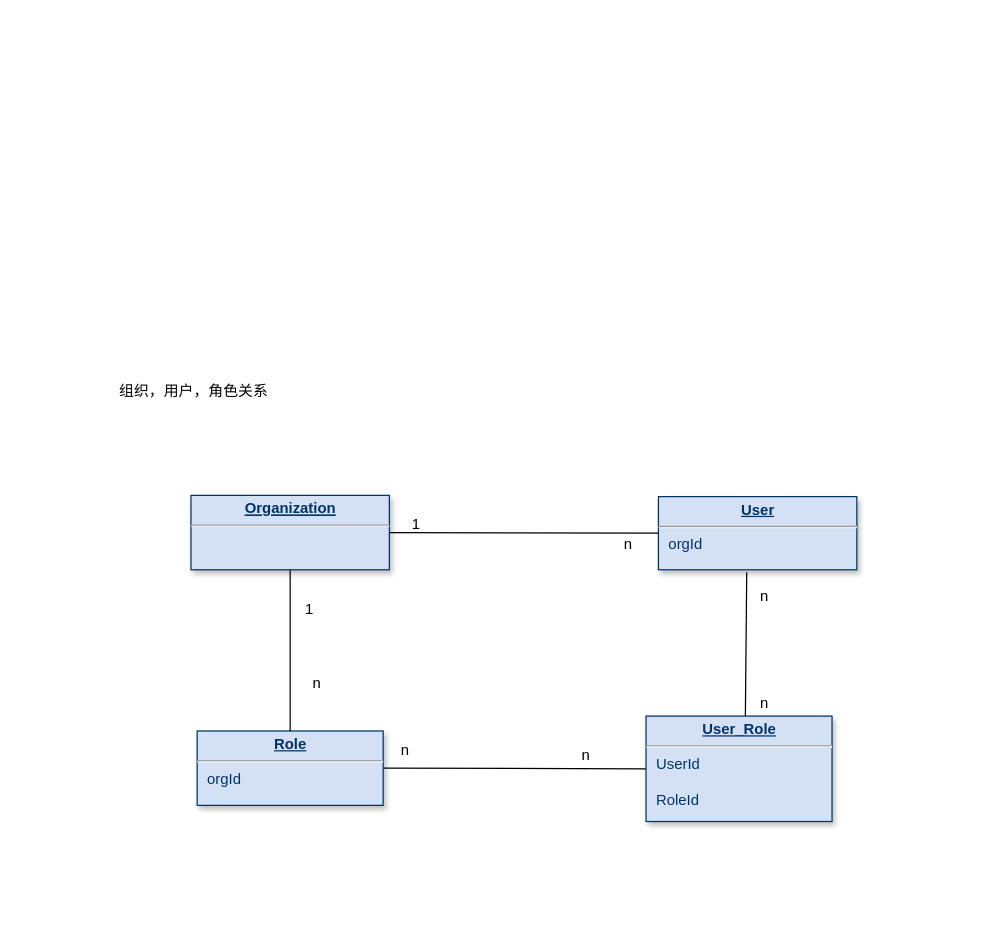
This is ng-user-center-class-diagram.drawio from RexH0/Diagram, a draw.io file, before an edit. Source tidied: cells renumbered, new cells numbered last; positions are measured from the earlier drawing's top-left corner, leaving out a move shared by most shapes. Both pictures are drawn from the tidied source at 124%, with x=0, y=0 at pixel (115, 378).
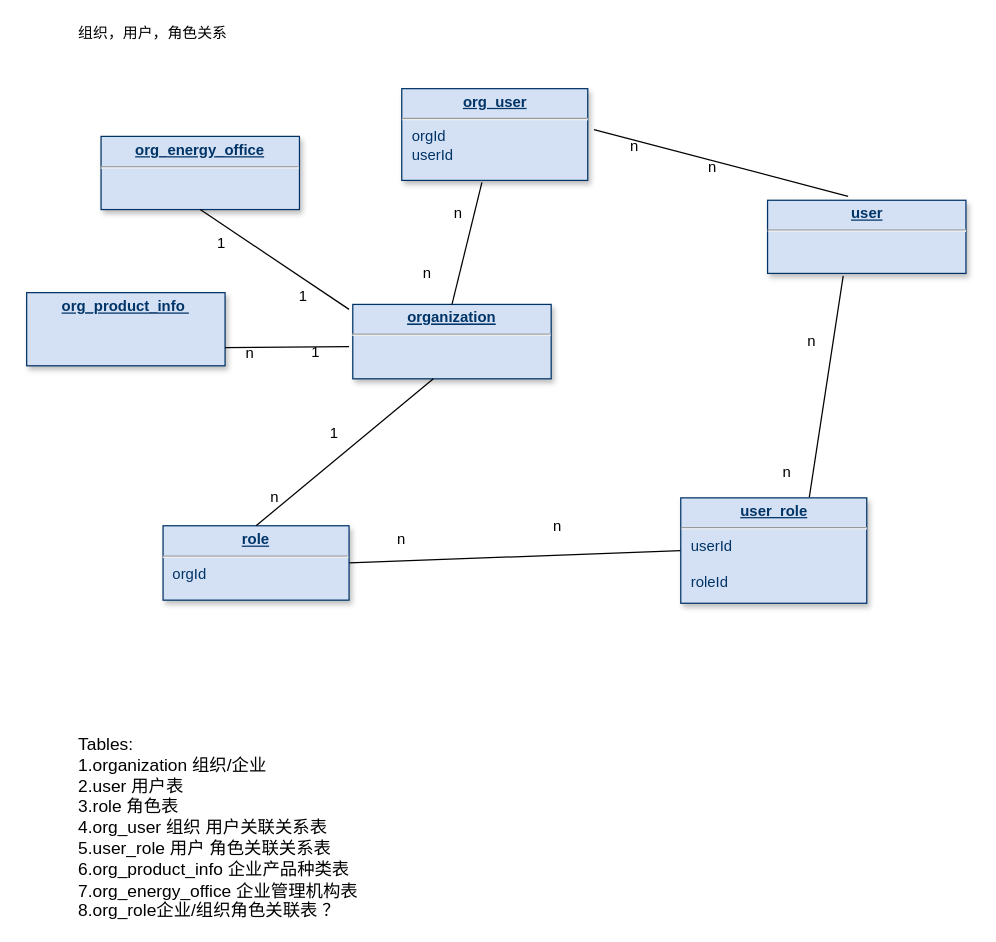
Above is the later version.

Diff of the diagram source:
```diff
@@
-    <mxCell id="4" value="&lt;p style=&quot;margin: 0px ; margin-top: 4px ; text-align: center ; text-decoration: underline&quot;&gt;&lt;strong&gt;Role&lt;/strong&gt;&lt;/p&gt;&lt;hr&gt;&lt;p style=&quot;margin: 0px ; margin-left: 8px&quot;&gt;orgId&lt;/p&gt;" style="verticalAlign=top;align=left;overflow=fill;fontSize=12;fontFamily=Helvetica;html=1;strokeColor=#003366;shadow=1;fillColor=#D4E1F5;fontColor=#003366;" parent="1" vertex="1">
-      <mxGeometry x="65.5" y="284" width="150" height="60" as="geometry" />
+    <mxCell id="4" value="&lt;p style=&quot;margin: 0px ; margin-top: 4px ; text-align: center ; text-decoration: underline&quot;&gt;&lt;strong&gt;role&lt;/strong&gt;&lt;/p&gt;&lt;hr&gt;&lt;p style=&quot;margin: 0px ; margin-left: 8px&quot;&gt;orgId&lt;/p&gt;" style="verticalAlign=top;align=left;overflow=fill;fontSize=12;fontFamily=Helvetica;html=1;strokeColor=#003366;shadow=1;fillColor=#D4E1F5;fontColor=#003366;" parent="1" vertex="1">
+      <mxGeometry x="38" y="118.5" width="150" height="60" as="geometry" />
     </mxCell>
-    <mxCell id="5" style="edgeStyle=orthogonalEdgeStyle;rounded=0;jettySize=auto;html=1;exitX=0.5;exitY=1;exitDx=0;exitDy=0;entryX=0.5;entryY=0;entryDx=0;entryDy=0;strokeWidth=1;startArrow=none;startFill=0;endArrow=none;endFill=0;" parent="1" edge="1" source="7" target="4">
-      <mxGeometry relative="1" as="geometry" />
-    </mxCell>
-    <mxCell id="6" style="rounded=0;jettySize=auto;html=1;exitX=1;exitY=0.5;exitDx=0;exitDy=0;endArrow=none;endFill=0;" parent="1" edge="1" source="7" target="8">
-      <mxGeometry relative="1" as="geometry" />
-    </mxCell>
-    <mxCell id="7" value="&lt;p style=&quot;margin: 0px ; margin-top: 4px ; text-align: center ; text-decoration: underline&quot;&gt;&lt;b&gt;&lt;u&gt;Organization&lt;/u&gt;&lt;/b&gt;&lt;br&gt;&lt;/p&gt;&lt;hr&gt;&lt;p style=&quot;margin: 0px ; margin-left: 8px&quot;&gt;&lt;br&gt;&lt;/p&gt;" style="verticalAlign=top;align=left;overflow=fill;fontSize=12;fontFamily=Helvetica;html=1;strokeColor=#003366;shadow=1;fillColor=#D4E1F5;fontColor=#003366;" parent="1" vertex="1">
-      <mxGeometry x="60.5" y="94" width="160" height="60" as="geometry" />
+    <mxCell id="7" value="&lt;p style=&quot;margin: 0px ; margin-top: 4px ; text-align: center ; text-decoration: underline&quot;&gt;&lt;b&gt;&lt;u&gt;organization&lt;/u&gt;&lt;/b&gt;&lt;br&gt;&lt;/p&gt;&lt;hr&gt;&lt;p style=&quot;margin: 0px ; margin-left: 8px&quot;&gt;&lt;br&gt;&lt;/p&gt;" style="verticalAlign=top;align=left;overflow=fill;fontSize=12;fontFamily=Helvetica;html=1;strokeColor=#003366;shadow=1;fillColor=#D4E1F5;fontColor=#003366;" parent="1" vertex="1">
+      <mxGeometry x="191" y="-60" width="160" height="60" as="geometry" />
     </mxCell>
-    <mxCell id="8" value="&lt;p style=&quot;margin: 0px ; margin-top: 4px ; text-align: center ; text-decoration: underline&quot;&gt;&lt;strong&gt;User&lt;/strong&gt;&lt;/p&gt;&lt;hr&gt;&lt;p style=&quot;margin: 0px ; margin-left: 8px&quot;&gt;orgId&lt;/p&gt;" style="verticalAlign=top;align=left;overflow=fill;fontSize=12;fontFamily=Helvetica;html=1;strokeColor=#003366;shadow=1;fillColor=#D4E1F5;fontColor=#003366;" parent="1" vertex="1">
-      <mxGeometry x="437.5" y="95" width="160" height="59" as="geometry" />
+    <mxCell id="8" value="&lt;p style=&quot;margin: 0px ; margin-top: 4px ; text-align: center ; text-decoration: underline&quot;&gt;&lt;strong&gt;user&lt;/strong&gt;&lt;/p&gt;&lt;hr&gt;&lt;p style=&quot;margin: 0px ; margin-left: 8px&quot;&gt;&lt;br&gt;&lt;/p&gt;" style="verticalAlign=top;align=left;overflow=fill;fontSize=12;fontFamily=Helvetica;html=1;strokeColor=#003366;shadow=1;fillColor=#D4E1F5;fontColor=#003366;" parent="1" vertex="1">
+      <mxGeometry x="525.5" y="-144" width="160" height="59" as="geometry" />
     </mxCell>
     <mxCell id="9" value="1" style="text;html=1;align=left;verticalAlign=top;spacingTop=-4;" parent="1" vertex="1">
-      <mxGeometry x="150.5" y="176" width="20" height="20" as="geometry" />
+      <mxGeometry x="171" y="34" width="20" height="20" as="geometry" />
     </mxCell>
     <mxCell id="10" value="n" style="text;html=1;align=left;verticalAlign=top;spacingTop=-4;" parent="1" vertex="1">
-      <mxGeometry x="156.5" y="236" width="20" height="20" as="geometry" />
+      <mxGeometry x="123" y="86" width="20" height="20" as="geometry" />
     </mxCell>
-    <mxCell id="11" value="1" style="text;html=1;align=left;verticalAlign=top;spacingTop=-4;" parent="1" vertex="1">
-      <mxGeometry x="236.5" y="108" width="20" height="20" as="geometry" />
-    </mxCell>
-    <mxCell id="12" value="n" style="text;html=1;align=left;verticalAlign=top;spacingTop=-4;" parent="1" vertex="1">
-      <mxGeometry x="407.5" y="124" width="20" height="20" as="geometry" />
-    </mxCell>
-    <mxCell id="13" style="rounded=0;jettySize=auto;html=1;exitX=0.5;exitY=0;exitDx=0;exitDy=0;endArrow=none;endFill=0;entryX=0.445;entryY=1.034;entryDx=0;entryDy=0;entryPerimeter=0;" parent="1" edge="1" target="8">
+    <mxCell id="13" style="rounded=0;jettySize=auto;html=1;exitX=0.691;exitY=-0.005;exitDx=0;exitDy=0;endArrow=none;endFill=0;entryX=0.445;entryY=1.034;entryDx=0;entryDy=0;entryPerimeter=0;exitPerimeter=0;" parent="1" edge="1" source="17">
       <mxGeometry relative="1" as="geometry">
-        <mxPoint x="507.5" y="284" as="sourcePoint" />
+        <mxPoint x="586.5" y="-83" as="targetPoint" />
       </mxGeometry>
     </mxCell>
     <mxCell id="14" value="n" style="text;html=1;align=left;verticalAlign=top;spacingTop=-4;" parent="1" vertex="1">
-      <mxGeometry x="517.5" y="166" width="20" height="20" as="geometry" />
+      <mxGeometry x="555.5" y="-40" width="20" height="20" as="geometry" />
     </mxCell>
     <mxCell id="15" value="n" style="text;html=1;align=left;verticalAlign=top;spacingTop=-4;" parent="1" vertex="1">
-      <mxGeometry x="517.5" y="252" width="20" height="20" as="geometry" />
+      <mxGeometry x="535.5" y="66" width="20" height="20" as="geometry" />
     </mxCell>
     <mxCell id="16" value="n" style="text;html=1;align=left;verticalAlign=top;spacingTop=-4;" parent="1" vertex="1">
-      <mxGeometry x="373.5" y="294" width="20" height="20" as="geometry" />
+      <mxGeometry x="351" y="108.5" width="20" height="20" as="geometry" />
     </mxCell>
-    <mxCell id="17" value="&lt;p style=&quot;margin: 0px ; margin-top: 4px ; text-align: center ; text-decoration: underline&quot;&gt;&lt;strong&gt;User_Role&lt;/strong&gt;&lt;/p&gt;&lt;hr&gt;&lt;p style=&quot;margin: 0px ; margin-left: 8px&quot;&gt;UserId&lt;/p&gt;&lt;p style=&quot;margin: 0px ; margin-left: 8px&quot;&gt;&lt;br&gt;&lt;/p&gt;&lt;p style=&quot;margin: 0px ; margin-left: 8px&quot;&gt;RoleId&lt;/p&gt;" style="verticalAlign=top;align=left;overflow=fill;fontSize=12;fontFamily=Helvetica;html=1;strokeColor=#003366;shadow=1;fillColor=#D4E1F5;fontColor=#003366;" parent="1" vertex="1">
-      <mxGeometry x="427.5" y="272" width="150" height="85" as="geometry" />
+    <mxCell id="17" value="&lt;p style=&quot;margin: 0px ; margin-top: 4px ; text-align: center ; text-decoration: underline&quot;&gt;&lt;strong&gt;user_role&lt;/strong&gt;&lt;/p&gt;&lt;hr&gt;&lt;p style=&quot;margin: 0px ; margin-left: 8px&quot;&gt;userId&lt;/p&gt;&lt;p style=&quot;margin: 0px ; margin-left: 8px&quot;&gt;&lt;br&gt;&lt;/p&gt;&lt;p style=&quot;margin: 0px ; margin-left: 8px&quot;&gt;roleId&lt;/p&gt;" style="verticalAlign=top;align=left;overflow=fill;fontSize=12;fontFamily=Helvetica;html=1;strokeColor=#003366;shadow=1;fillColor=#D4E1F5;fontColor=#003366;" parent="1" vertex="1">
+      <mxGeometry x="455.5" y="96" width="150" height="85" as="geometry" />
     </mxCell>
     <mxCell id="18" value="组织，用户，角色关系" style="text;html=1;align=left;verticalAlign=top;spacingTop=-4;" parent="1" vertex="1">
-      <mxGeometry x="0.5" width="140" height="20" as="geometry" />
+      <mxGeometry x="-32" y="-288" width="140" height="20" as="geometry" />
     </mxCell>
+    <mxCell id="19" style="endArrow=none;html=1;exitX=1;exitY=0.5;exitDx=0;exitDy=0;entryX=0.406;entryY=-0.054;entryDx=0;entryDy=0;entryPerimeter=0;" parent="1" edge="1" target="8">
+      <mxGeometry relative="1" as="geometry">
+        <mxPoint x="385.5" y="-201" as="sourcePoint" />
+      </mxGeometry>
+    </mxCell>
+    <mxCell id="20" value="&lt;p style=&quot;margin: 0px ; margin-top: 4px ; text-align: center ; text-decoration: underline&quot;&gt;&lt;strong&gt;org_user&lt;/strong&gt;&lt;/p&gt;&lt;hr&gt;&lt;p style=&quot;margin: 0px ; margin-left: 8px&quot;&gt;orgId&lt;/p&gt;&lt;p style=&quot;margin: 0px ; margin-left: 8px&quot;&gt;userId&lt;/p&gt;&lt;p style=&quot;margin: 0px ; margin-left: 8px&quot;&gt;&lt;br&gt;&lt;/p&gt;" style="verticalAlign=top;align=left;overflow=fill;fontSize=12;fontFamily=Helvetica;html=1;strokeColor=#003366;shadow=1;fillColor=#D4E1F5;fontColor=#003366;" parent="1" vertex="1">
+      <mxGeometry x="230.5" y="-234" width="150" height="74" as="geometry" />
+    </mxCell>
+    <mxCell id="21" value="n" style="text;html=1;align=left;verticalAlign=top;spacingTop=-4;" parent="1" vertex="1">
+      <mxGeometry x="271" y="-143" width="20" height="20" as="geometry" />
+    </mxCell>
+    <mxCell id="22" value="n" style="text;html=1;align=left;verticalAlign=top;spacingTop=-4;" parent="1" vertex="1">
+      <mxGeometry x="245.5" y="-95" width="20" height="20" as="geometry" />
+    </mxCell>
+    <mxCell id="23" value="n" style="text;html=1;align=left;verticalAlign=top;spacingTop=-4;" parent="1" vertex="1">
+      <mxGeometry x="412.5" y="-197" width="20" height="20" as="geometry" />
+    </mxCell>
+    <mxCell id="24" value="n" style="text;html=1;align=left;verticalAlign=top;spacingTop=-4;" parent="1" vertex="1">
+      <mxGeometry x="475.5" y="-180" width="20" height="20" as="geometry" />
+    </mxCell>
+    <mxCell id="25" value="&lt;font style=&quot;font-size: 14px&quot;&gt;Tables:&lt;br&gt;1.organization 组织/企业&lt;br&gt;2.user 用户表&lt;br&gt;3.role 角色表&lt;br&gt;4.org_user 组织 用户关联关系表&lt;br&gt;5.user_role 用户 角色关联关系表&lt;br&gt;6.org_product_info 企业产品种类表&lt;br&gt;7.org_&lt;span&gt;energy_office 企业管理机构表&lt;br&gt;8.org_role企业/组织角色关联表 ？&lt;br&gt;&lt;/span&gt;&lt;/font&gt;" style="text;html=1;align=left;verticalAlign=top;spacingTop=-4;" parent="1" vertex="1">
+      <mxGeometry x="-32" y="284" width="240" height="120" as="geometry" />
+    </mxCell>
+    <mxCell id="26" style="endArrow=none;html=1;exitX=0.5;exitY=0;exitDx=0;exitDy=0;entryX=0.406;entryY=1;entryDx=0;entryDy=0;entryPerimeter=0;" parent="1" edge="1" source="4" target="7">
+      <mxGeometry relative="1" as="geometry" />
+    </mxCell>
+    <mxCell id="27" style="endArrow=none;html=1;entryX=0.431;entryY=1.022;entryDx=0;entryDy=0;entryPerimeter=0;exitX=0.5;exitY=0;exitDx=0;exitDy=0;" parent="1" edge="1" source="7" target="20">
+      <mxGeometry relative="1" as="geometry" />
+    </mxCell>
+    <mxCell id="28" value="&lt;p style=&quot;margin: 0px ; margin-top: 4px ; text-align: center ; text-decoration: underline&quot;&gt;&lt;b&gt;&lt;span&gt;org_&lt;/span&gt;&lt;span&gt;energy_office&lt;/span&gt;&lt;br&gt;&lt;/b&gt;&lt;/p&gt;&lt;hr&gt;&lt;p&gt;&lt;br&gt;&lt;/p&gt;" style="verticalAlign=top;align=left;overflow=fill;fontSize=12;fontFamily=Helvetica;html=1;strokeColor=#003366;shadow=1;fillColor=#D4E1F5;fontColor=#003366;" parent="1" vertex="1">
+      <mxGeometry x="-12" y="-195.5" width="160" height="59" as="geometry" />
+    </mxCell>
+    <mxCell id="29" value="&lt;p style=&quot;margin: 0px ; margin-top: 4px ; text-align: center ; text-decoration: underline&quot;&gt;&lt;span&gt;&lt;b&gt;org_product_info&amp;nbsp;&lt;/b&gt;&lt;/span&gt;&lt;br&gt;&lt;/p&gt;" style="verticalAlign=top;align=left;overflow=fill;fontSize=12;fontFamily=Helvetica;html=1;strokeColor=#003366;shadow=1;fillColor=#D4E1F5;fontColor=#003366;" parent="1" vertex="1">
+      <mxGeometry x="-72" y="-69.5" width="160" height="59" as="geometry" />
+    </mxCell>
+    <mxCell id="30" style="endArrow=none;html=1;entryX=0.5;entryY=1;entryDx=0;entryDy=0;" parent="1" edge="1" target="28">
+      <mxGeometry relative="1" as="geometry">
+        <mxPoint x="188" y="-56" as="sourcePoint" />
+      </mxGeometry>
+    </mxCell>
+    <mxCell id="31" style="endArrow=none;html=1;exitX=1;exitY=0.75;exitDx=0;exitDy=0;" parent="1" edge="1" source="29">
+      <mxGeometry relative="1" as="geometry">
+        <mxPoint x="188" y="-26" as="targetPoint" />
+      </mxGeometry>
+    </mxCell>
+    <mxCell id="32" value="1" style="text;html=1;align=left;verticalAlign=top;spacingTop=-4;" parent="1" vertex="1">
+      <mxGeometry x="80" y="-119" width="20" height="20" as="geometry" />
+    </mxCell>
+    <mxCell id="33" value="1" style="text;html=1;align=left;verticalAlign=top;spacingTop=-4;" parent="1" vertex="1">
+      <mxGeometry x="146" y="-76" width="20" height="20" as="geometry" />
+    </mxCell>
+    <mxCell id="34" value="n" style="text;html=1;align=left;verticalAlign=top;spacingTop=-4;" parent="1" vertex="1">
+      <mxGeometry x="103" y="-30" width="20" height="20" as="geometry" />
+    </mxCell>
+    <mxCell id="35" value="1" style="text;html=1;align=left;verticalAlign=top;spacingTop=-4;" parent="1" vertex="1">
+      <mxGeometry x="156" y="-31" width="20" height="20" as="geometry" />
+    </mxCell>
```
